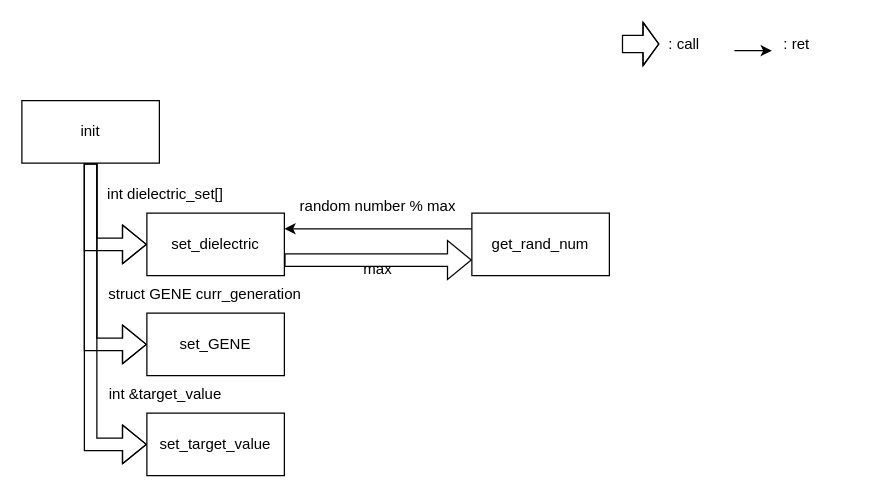
This is GA/init.drawio from fr0g2s/p, a draw.io file, before an edit. Source tidied: cells renumbered, new cells numbered last; positions are measured from the earlier drawing's top-left corner, leaving out a move shared by most shapes. Both pictures are drawn from the tidied source at 125%, with x=0, y=0 at pixel (21, 25).
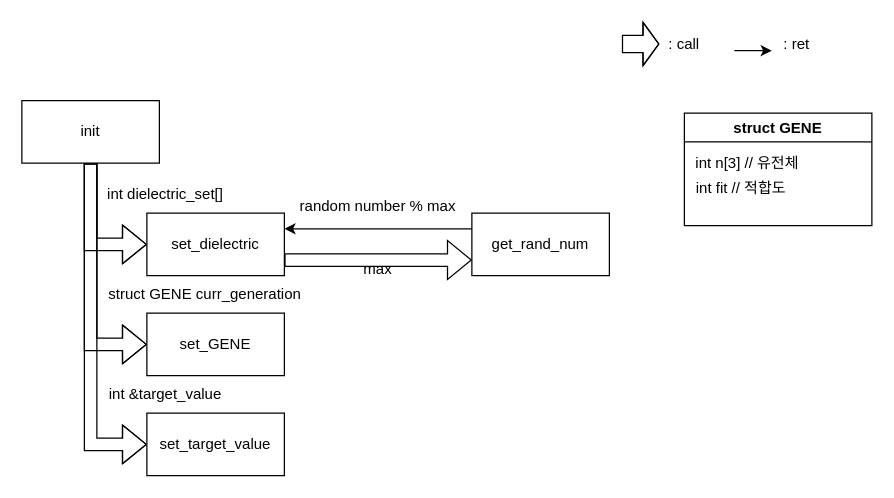
The same diagram, later.

Change to the diagram source:
```diff
@@
+    <mxCell id="21" value="struct GENE" style="swimlane;" parent="1" vertex="1">
+      <mxGeometry x="530" y="70" width="150" height="90" as="geometry" />
+    </mxCell>
+    <mxCell id="22" value="int n[3] // 유전체" style="text;html=1;align=center;verticalAlign=middle;strokeColor=none;fillColor=none;" parent="21" vertex="1">
+      <mxGeometry y="30" width="100" height="20" as="geometry" />
+    </mxCell>
+    <mxCell id="23" value="int fit // 적합도" style="text;html=1;align=center;verticalAlign=middle;strokeColor=none;fillColor=none;" parent="21" vertex="1">
+      <mxGeometry y="50" width="90" height="20" as="geometry" />
+    </mxCell>
```
